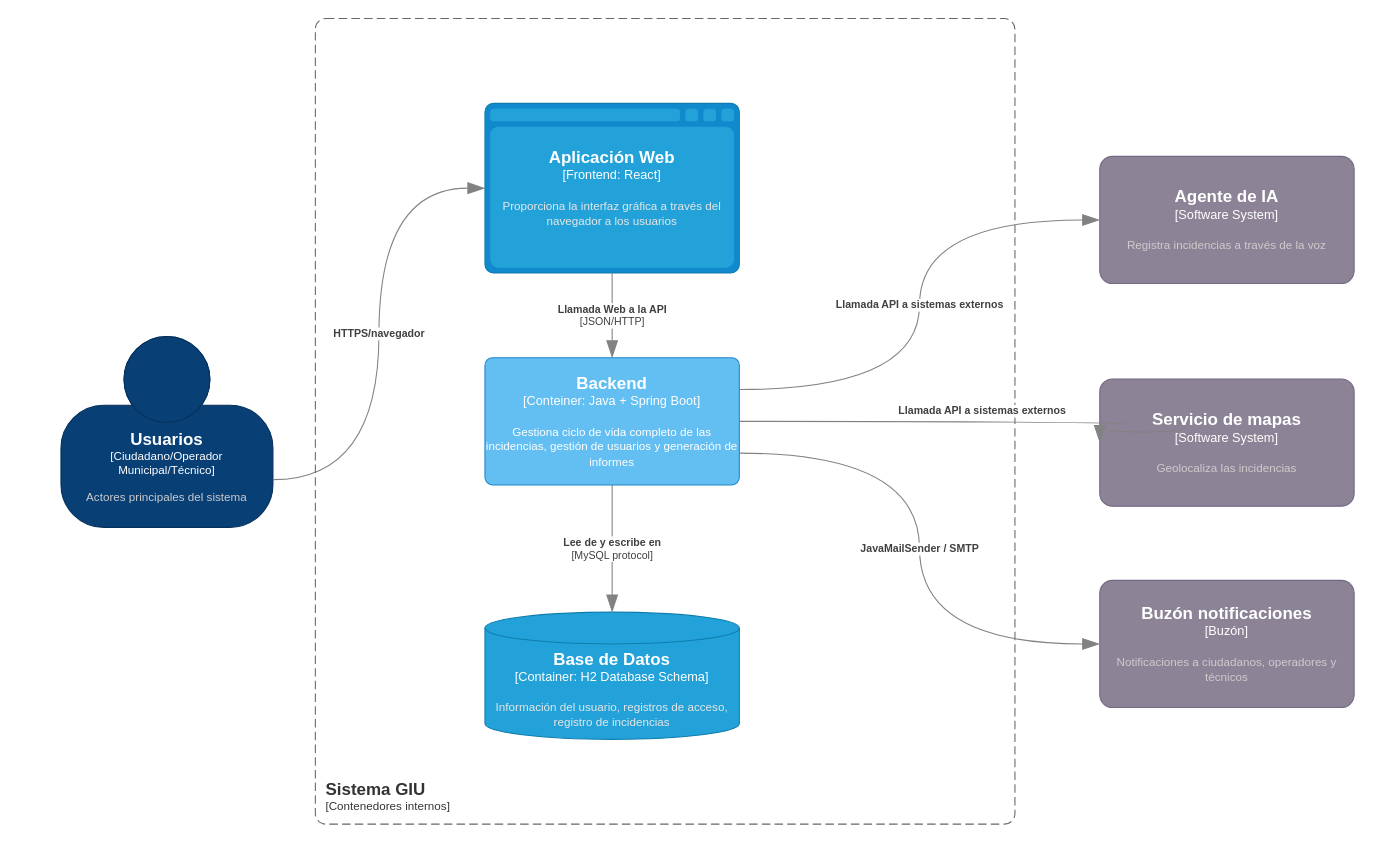
The draw.io diagram Diagrams/DiagramaC4(Nivel2).drawio in javimoralesg/UrbanDesk, before the edit. Source tidied: cells renumbered, new cells numbered last; positions are measured from the earlier drawing's top-left corner, leaving out a move shared by most shapes. Both pictures are drawn from the tidied source at 106%, with x=0, y=0 at pixel (60, 18).
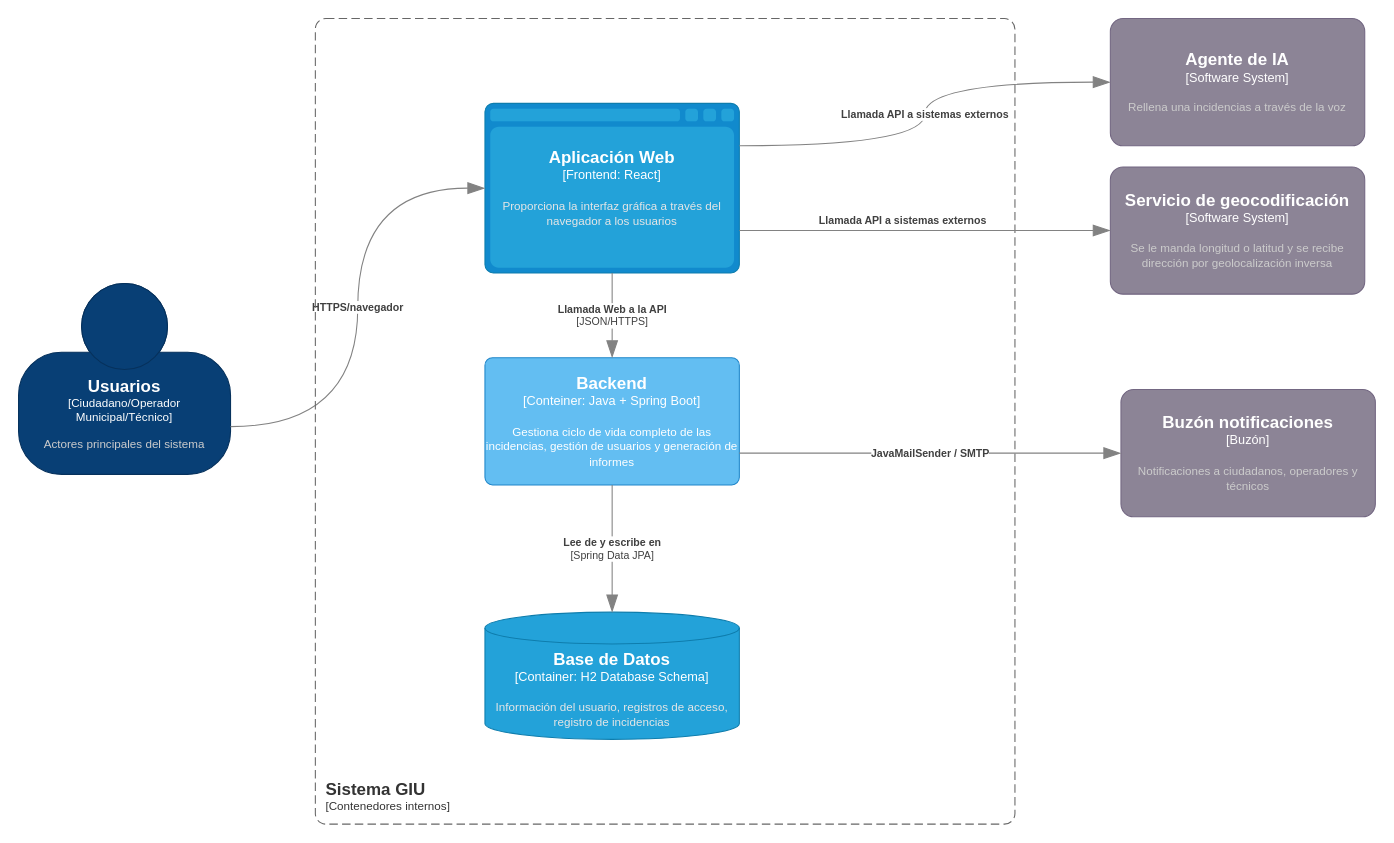
The same diagram, later.

Commit message:
fix Diagrama C4 Nivel 2

Unchanged cells that the change refers to:
```xml
<object id="2" label="&lt;font style=&quot;font-size: 16px&quot;&gt;&lt;b&gt;%c4Name%&lt;/b&gt;&lt;/font&gt;&lt;div&gt;[%c4Type%:&amp;nbsp;%c4Technology%]&lt;/div&gt;&lt;br&gt;&lt;div&gt;&lt;font style=&quot;font-size: 11px&quot;&gt;&lt;font color=&quot;#E6E6E6&quot;&gt;%c4Description%&lt;/font&gt;&lt;/div&gt;" c4Description="Información del usuario, registros de acceso, registro de incidencias" c4Name="Base de Datos" c4Technology="H2 Database Schema" c4Type="Container" placeholders="1">
  <mxCell style="shape=cylinder3;size=15;whiteSpace=wrap;html=1;boundedLbl=1;rounded=0;labelBackgroundColor=none;fillColor=#23A2D9;fontSize=12;fontColor=#ffffff;align=center;strokeColor=#0E7DAD;points=[[0.5,0,0],[1,0.25,0],[1,0.5,0],[1,0.75,0],[0.5,1,0],[0,0.75,0],[0,0.5,0],[0,0.25,0]];" parent="1" vertex="1">
    <mxGeometry x="400" y="560" width="240" height="120" as="geometry" />
  </mxCell>
</object>
<object id="3" label="&lt;font style=&quot;font-size: 16px&quot;&gt;&lt;b&gt;%c4Name%&lt;/b&gt;&lt;/font&gt;&lt;div&gt;[%c4Type%: %c4Technology%]&lt;/div&gt;&lt;br&gt;&lt;div&gt;&lt;font style=&quot;font-size: 11px&quot;&gt;%c4Description%&lt;/font&gt;&lt;/div&gt;" c4Description="Gestiona ciclo de vida completo de las incidencias, gestión de usuarios y generación de informes" c4Name="Backend" c4Technology="Java + Spring Boot" c4Type="Conteiner" placeholders="1">
  <mxCell style="rounded=1;whiteSpace=wrap;html=1;labelBackgroundColor=none;fillColor=#63BEF2;fontColor=#ffffff;align=center;arcSize=6;strokeColor=#2086C9;points=[[0.25,0,0],[0.5,0,0],[0.75,0,0],[1,0.25,0],[1,0.5,0],[1,0.75,0],[0.75,1,0],[0.5,1,0],[0.25,1,0],[0,0.75,0],[0,0.5,0],[0,0.25,0]];" parent="1" vertex="1">
    <mxGeometry x="400" y="320" width="240" height="120" as="geometry" />
  </mxCell>
</object>
<object id="4" label="&lt;font style=&quot;font-size: 16px&quot;&gt;&lt;b&gt;%c4Name%&lt;/b&gt;&lt;/font&gt;&lt;div&gt;[%c4Type%:&amp;nbsp;%c4Technology%]&lt;/div&gt;&lt;br&gt;&lt;div&gt;&lt;font style=&quot;font-size: 11px&quot;&gt;&lt;font color=&quot;#E6E6E6&quot;&gt;%c4Description%&lt;/font&gt;&lt;/div&gt;" c4Description="Proporciona la interfaz gráfica a través del navegador a los usuarios" c4Name="Aplicación Web" c4Technology="React" c4Type="Frontend" placeholders="1">
  <mxCell style="shape=mxgraph.c4.webBrowserContainer2;whiteSpace=wrap;html=1;boundedLbl=1;rounded=0;labelBackgroundColor=none;strokeColor=#118ACD;fillColor=#23A2D9;strokeColor=#118ACD;strokeColor2=#0E7DAD;fontSize=12;fontColor=#ffffff;align=center;points=[[0.5,0,0],[1,0.25,0],[1,0.5,0],[1,0.75,0],[0.5,1,0],[0,0.75,0],[0,0.5,0],[0,0.25,0]];" parent="1" vertex="1">
    <mxGeometry x="400" y="80" width="240" height="160" as="geometry" />
  </mxCell>
</object>
```

Diff of the diagram source:
```diff
@@
-    <object id="5" label="&lt;div style=&quot;text-align: left&quot;&gt;&lt;div style=&quot;text-align: center&quot;&gt;&lt;b&gt;%c4Description%&lt;/b&gt;&lt;/div&gt;&lt;div style=&quot;text-align: center&quot;&gt;[%c4Technology%]&lt;/div&gt;&lt;/div&gt;" c4Description="Lee de y escribe en" c4Technology="MySQL protocol" placeholders="1">
+    <object id="5" label="&lt;div style=&quot;text-align: left&quot;&gt;&lt;div style=&quot;text-align: center&quot;&gt;&lt;b&gt;%c4Description%&lt;/b&gt;&lt;/div&gt;&lt;div style=&quot;text-align: center&quot;&gt;[%c4Technology%]&lt;/div&gt;&lt;/div&gt;" c4Description="Lee de y escribe en" c4Technology="Spring Data JPA" placeholders="1">
       <mxCell style="endArrow=blockThin;html=1;fontSize=10;fontColor=#404040;strokeWidth=1;endFill=1;strokeColor=#828282;elbow=vertical;endSize=14;startSize=14;jumpStyle=arc;jumpSize=16;rounded=0;edgeStyle=orthogonalEdgeStyle;curved=1;entryX=0.5;entryY=0;entryDx=0;entryDy=0;entryPerimeter=0;exitX=0.5;exitY=1;exitDx=0;exitDy=0;exitPerimeter=0;" parent="1" edge="1" source="3" target="2">
         <mxGeometry relative="1" as="geometry" />
       </mxCell>
     </object>
-    <object id="6" label="&lt;div style=&quot;text-align: left&quot;&gt;&lt;div style=&quot;text-align: center&quot;&gt;&lt;b&gt;%c4Description%&lt;/b&gt;&lt;/div&gt;&lt;div style=&quot;text-align: center&quot;&gt;[%c4Technology%]&lt;/div&gt;&lt;/div&gt;" c4Description="Llamada Web a la API" c4Technology="JSON/HTTP" placeholders="1">
+    <object id="6" label="&lt;div style=&quot;text-align: left&quot;&gt;&lt;div style=&quot;text-align: center&quot;&gt;&lt;b&gt;%c4Description%&lt;/b&gt;&lt;/div&gt;&lt;div style=&quot;text-align: center&quot;&gt;[%c4Technology%]&lt;/div&gt;&lt;/div&gt;" c4Description="Llamada Web a la API" c4Technology="JSON/HTTPS" placeholders="1">
       <mxCell style="endArrow=blockThin;html=1;fontSize=10;fontColor=#404040;strokeWidth=1;endFill=1;strokeColor=#828282;elbow=vertical;endSize=14;startSize=14;jumpStyle=arc;jumpSize=16;rounded=0;edgeStyle=orthogonalEdgeStyle;curved=1;exitX=0.5;exitY=1;exitDx=0;exitDy=0;exitPerimeter=0;entryX=0.5;entryY=0;entryDx=0;entryDy=0;entryPerimeter=0;" parent="1" edge="1" source="4" target="3">
         <mxGeometry relative="1" as="geometry" />
       </mxCell>
     </object>
     <object id="7" label="&lt;font style=&quot;font-size: 16px&quot;&gt;&lt;b&gt;%c4Name%&lt;/b&gt;&lt;/font&gt;&lt;div&gt;[%c4Type%]&lt;/div&gt;&lt;br&gt;&lt;div&gt;&lt;font style=&quot;font-size: 11px&quot;&gt;&lt;font color=&quot;#cccccc&quot;&gt;%c4Description%&lt;/font&gt;&lt;/div&gt;" c4Description="Actores principales del sistema" c4Name="Usuarios" c4Type="Ciudadano/Operador Municipal/Técnico" placeholders="1">
       <mxCell style="html=1;fontSize=11;dashed=0;whiteSpace=wrap;fillColor=#083F75;strokeColor=#06315C;fontColor=#ffffff;shape=mxgraph.c4.person2;align=center;points=[[0.5,0,0],[1,0.5,0],[1,0.75,0],[0.75,1,0],[0.5,1,0],[0.25,1,0],[0,0.75,0],[0,0.5,0]];direction=east;" parent="1" vertex="1">
-        <mxGeometry y="300" width="200" height="180" as="geometry" />
+        <mxGeometry x="-40" y="250" width="200" height="180" as="geometry" />
       </mxCell>
     </object>
@@
-    <object id="9" label="&lt;font style=&quot;font-size: 16px&quot;&gt;&lt;b&gt;%c4Name%&lt;/b&gt;&lt;/font&gt;&lt;div&gt;[%c4Type%]&lt;/div&gt;&lt;br&gt;&lt;div&gt;&lt;font style=&quot;font-size: 11px&quot;&gt;&lt;font color=&quot;#cccccc&quot;&gt;%c4Description%&lt;/font&gt;&lt;/div&gt;" c4Description="Registra incidencias a través de la voz" c4Name="Agente de IA" c4Type="Software System" placeholders="1">
+    <object id="9" label="&lt;font style=&quot;font-size: 16px&quot;&gt;&lt;b&gt;%c4Name%&lt;/b&gt;&lt;/font&gt;&lt;div&gt;[%c4Type%]&lt;/div&gt;&lt;br&gt;&lt;div&gt;&lt;font style=&quot;font-size: 11px&quot;&gt;&lt;font color=&quot;#cccccc&quot;&gt;%c4Description%&lt;/font&gt;&lt;/div&gt;" c4Description="Rellena una incidencias a través de la voz" c4Name="Agente de IA" c4Type="Software System" placeholders="1">
       <mxCell style="rounded=1;whiteSpace=wrap;html=1;labelBackgroundColor=none;fillColor=#8C8496;fontColor=#ffffff;align=center;arcSize=10;strokeColor=#736782;points=[[0.25,0,0],[0.5,0,0],[0.75,0,0],[1,0.25,0],[1,0.5,0],[1,0.75,0],[0.75,1,0],[0.5,1,0],[0.25,1,0],[0,0.75,0],[0,0.5,0],[0,0.25,0]];" parent="1" vertex="1">
-        <mxGeometry x="980" y="130" width="240" height="120" as="geometry" />
+        <mxGeometry x="990" width="240" height="120" as="geometry" />
       </mxCell>
     </object>
-    <object id="10" label="&lt;font style=&quot;font-size: 16px&quot;&gt;&lt;b&gt;%c4Name%&lt;/b&gt;&lt;/font&gt;&lt;div&gt;[%c4Type%]&lt;/div&gt;&lt;br&gt;&lt;div&gt;&lt;font style=&quot;font-size: 11px&quot;&gt;&lt;font color=&quot;#cccccc&quot;&gt;%c4Description%&lt;/font&gt;&lt;/div&gt;" c4Description="Geolocaliza las incidencias" c4Name="Servicio de mapas" c4Type="Software System" placeholders="1">
+    <object id="10" label="&lt;font style=&quot;font-size: 16px&quot;&gt;&lt;b&gt;%c4Name%&lt;/b&gt;&lt;/font&gt;&lt;div&gt;[%c4Type%]&lt;/div&gt;&lt;br&gt;&lt;div&gt;&lt;font style=&quot;font-size: 11px&quot;&gt;&lt;font color=&quot;#cccccc&quot;&gt;%c4Description%&lt;/font&gt;&lt;/div&gt;" c4Description="Se le manda longitud o latitud y se recibe dirección por geolocalización inversa" c4Name="Servicio de geocodificación" c4Type="Software System" placeholders="1">
       <mxCell style="rounded=1;whiteSpace=wrap;html=1;labelBackgroundColor=none;fillColor=#8C8496;fontColor=#ffffff;align=center;arcSize=10;strokeColor=#736782;points=[[0.25,0,0],[0.5,0,0],[0.75,0,0],[1,0.25,0],[1,0.5,0],[1,0.75,0],[0.75,1,0],[0.5,1,0],[0.25,1,0],[0,0.75,0],[0,0.5,0],[0,0.25,0]];" parent="1" vertex="1">
-        <mxGeometry x="980" y="340" width="240" height="120" as="geometry" />
+        <mxGeometry x="990" y="140" width="240" height="120" as="geometry" />
       </mxCell>
     </object>
@@
     <object id="12" label="&lt;font style=&quot;font-size: 16px&quot;&gt;&lt;b&gt;%c4Name%&lt;/b&gt;&lt;/font&gt;&lt;div&gt;[%c4Type%]&lt;/div&gt;&lt;br&gt;&lt;div&gt;&lt;font style=&quot;font-size: 11px&quot;&gt;&lt;font color=&quot;#cccccc&quot;&gt;%c4Description%&lt;/font&gt;&lt;/div&gt;" c4Description="Notificaciones a ciudadanos, operadores y técnicos" c4Name="Buzón notificaciones" c4Type="Buzón" placeholders="1">
       <mxCell style="rounded=1;whiteSpace=wrap;html=1;labelBackgroundColor=none;fillColor=#8C8496;fontColor=#ffffff;align=center;arcSize=10;strokeColor=#736782;points=[[0.25,0,0],[0.5,0,0],[0.75,0,0],[1,0.25,0],[1,0.5,0],[1,0.75,0],[0.75,1,0],[0.5,1,0],[0.25,1,0],[0,0.75,0],[0,0.5,0],[0,0.25,0]];" parent="1" vertex="1">
-        <mxGeometry x="980" y="530" width="240" height="120" as="geometry" />
+        <mxGeometry x="1000" y="350" width="240" height="120" as="geometry" />
       </mxCell>
     </object>
@@
     <object id="14" label="&lt;div style=&quot;text-align: left&quot;&gt;&lt;div style=&quot;text-align: center&quot;&gt;&lt;b&gt;%c4Description%&lt;/b&gt;&lt;/div&gt;" c4Description="Llamada API a sistemas externos" placeholders="1">
-      <mxCell style="endArrow=blockThin;html=1;fontSize=10;fontColor=#404040;strokeWidth=1;endFill=1;strokeColor=#828282;elbow=vertical;endSize=14;startSize=14;jumpStyle=arc;jumpSize=16;rounded=0;edgeStyle=orthogonalEdgeStyle;curved=1;entryX=0;entryY=0.5;entryDx=0;entryDy=0;entryPerimeter=0;exitX=1;exitY=0.25;exitDx=0;exitDy=0;exitPerimeter=0;" parent="1" edge="1" source="3" target="9">
+      <mxCell style="endArrow=blockThin;html=1;fontSize=10;fontColor=#404040;strokeWidth=1;endFill=1;strokeColor=#828282;elbow=vertical;endSize=14;startSize=14;jumpStyle=arc;jumpSize=16;rounded=0;edgeStyle=orthogonalEdgeStyle;curved=1;entryX=0;entryY=0.5;entryDx=0;entryDy=0;entryPerimeter=0;exitX=1;exitY=0.25;exitDx=0;exitDy=0;exitPerimeter=0;" parent="1" edge="1" source="4" target="9">
         <mxGeometry relative="1" as="geometry" />
       </mxCell>
     </object>
     <object id="15" label="&lt;div style=&quot;text-align: left&quot;&gt;&lt;div style=&quot;text-align: center&quot;&gt;&lt;b&gt;%c4Description%&lt;/b&gt;&lt;/div&gt;" c4Description="Llamada API a sistemas externos" placeholders="1">
-      <mxCell style="endArrow=blockThin;html=1;fontSize=10;fontColor=#404040;strokeWidth=1;endFill=1;strokeColor=#828282;elbow=vertical;endSize=14;startSize=14;jumpStyle=arc;jumpSize=16;rounded=0;edgeStyle=orthogonalEdgeStyle;curved=1;entryX=0;entryY=0.5;entryDx=0;entryDy=0;entryPerimeter=0;exitX=1;exitY=0.5;exitDx=0;exitDy=0;exitPerimeter=0;" parent="1" edge="1" source="3" target="10">
-        <mxGeometry x="-0.12" y="10" relative="1" as="geometry">
-          <Array as="points">
-            <mxPoint x="1060" y="380" />
-            <mxPoint x="1060" y="390" />
-          </Array>
-        </mxGeometry>
+      <mxCell style="endArrow=blockThin;html=1;fontSize=10;fontColor=#404040;strokeWidth=1;endFill=1;strokeColor=#828282;elbow=vertical;endSize=14;startSize=14;jumpStyle=arc;jumpSize=16;rounded=0;edgeStyle=orthogonalEdgeStyle;curved=1;exitX=1;exitY=0.75;exitDx=0;exitDy=0;exitPerimeter=0;entryX=0;entryY=0.5;entryDx=0;entryDy=0;entryPerimeter=0;" parent="1" edge="1" source="4" target="10">
+        <mxGeometry x="-0.12" y="10" relative="1" as="geometry" />
       </mxCell>
     </object>
```
